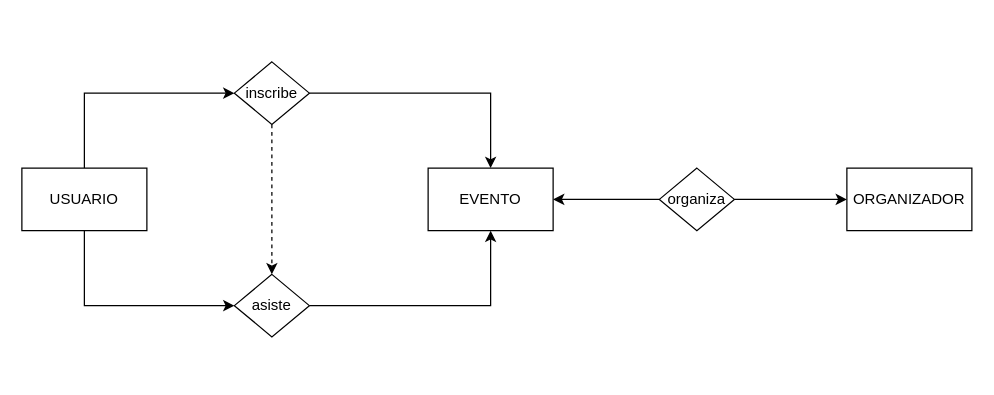
Above: BDD/E-R.drawio in AlvaroDaw2024/ProyectoPracticaDaW (draw.io), before the change. Source tidied: cells renumbered, new cells numbered last; positions are measured from the earlier drawing's top-left corner, leaving out a move shared by most shapes. Both pictures are drawn from the tidied source at 125%, with x=0, y=0 at pixel (21, 61).
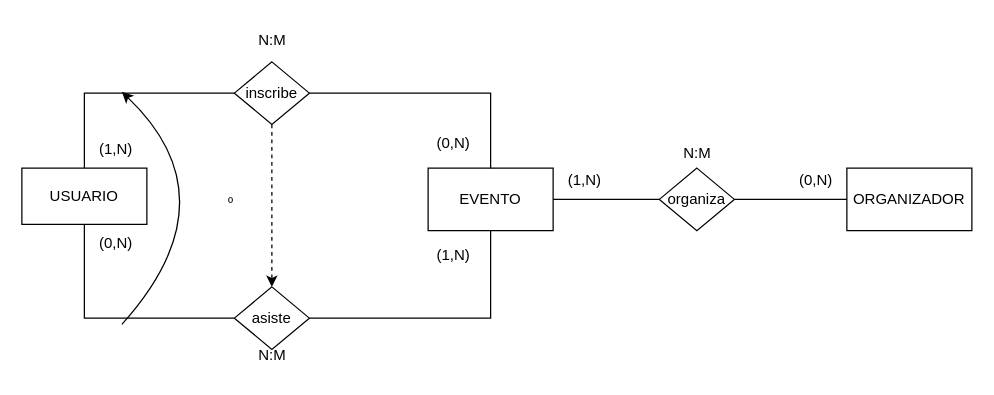
The same diagram, later.

The change refers to these unchanged cells:
```xml
<mxCell id="5" value="EVENTO" style="html=1;dashed=0;whiteSpace=wrap;" parent="1" vertex="1">
  <mxGeometry x="325" y="85" width="100" height="50" as="geometry" />
</mxCell>
<mxCell id="6" value="ORGANIZADOR" style="html=1;dashed=0;whiteSpace=wrap;" parent="1" vertex="1">
  <mxGeometry x="660" y="85" width="100" height="50" as="geometry" />
</mxCell>
<mxCell id="9" value="inscribe" style="shape=rhombus;html=1;dashed=0;whiteSpace=wrap;perimeter=rhombusPerimeter;" parent="1" vertex="1">
  <mxGeometry x="170" width="60" height="50" as="geometry" />
</mxCell>
<mxCell id="12" value="organiza" style="shape=rhombus;html=1;dashed=0;whiteSpace=wrap;perimeter=rhombusPerimeter;" parent="1" vertex="1">
  <mxGeometry x="510" y="85" width="60" height="50" as="geometry" />
</mxCell>
```

Change to the diagram source:
```diff
@@
-    <mxCell id="2" style="edgeStyle=orthogonalEdgeStyle;rounded=0;jettySize=auto;html=1;entryX=0;entryY=0.5;entryDx=0;entryDy=0;" parent="1" edge="1" source="4" target="14">
-      <mxGeometry relative="1" as="geometry">
-        <Array as="points">
-          <mxPoint x="50" y="195" />
-        </Array>
-      </mxGeometry>
-    </mxCell>
-    <mxCell id="3" style="edgeStyle=orthogonalEdgeStyle;rounded=0;jettySize=auto;html=1;entryX=0;entryY=0.5;entryDx=0;entryDy=0;" parent="1" edge="1" source="4" target="9">
+    <mxCell id="3" style="edgeStyle=orthogonalEdgeStyle;rounded=0;jettySize=auto;html=1;entryX=0;entryY=0.5;entryDx=0;entryDy=0;endArrow=none;startFill=0;" parent="1" edge="1" source="4" target="9">
       <mxGeometry relative="1" as="geometry">
         <Array as="points">
           <mxPoint x="50" y="25" />
         </Array>
       </mxGeometry>
     </mxCell>
     <mxCell id="4" value="USUARIO" style="html=1;dashed=0;whiteSpace=wrap;" parent="1" vertex="1">
-      <mxGeometry y="85" width="100" height="50" as="geometry" />
+      <mxGeometry y="85" width="100" height="45" as="geometry" />
     </mxCell>
@@
-    <mxCell id="7" style="edgeStyle=orthogonalEdgeStyle;rounded=0;jettySize=auto;html=1;entryX=0.5;entryY=0;entryDx=0;entryDy=0;" parent="1" edge="1" source="9" target="5">
+    <mxCell id="7" style="edgeStyle=orthogonalEdgeStyle;rounded=0;jettySize=auto;html=1;entryX=0.5;entryY=0;entryDx=0;entryDy=0;endArrow=none;startFill=0;" parent="1" edge="1" source="9" target="5">
       <mxGeometry relative="1" as="geometry" />
     </mxCell>
@@
-    <mxCell id="10" style="edgeStyle=orthogonalEdgeStyle;rounded=0;jettySize=auto;html=1;entryX=1;entryY=0.5;entryDx=0;entryDy=0;" parent="1" edge="1" source="12" target="5">
+    <mxCell id="10" style="edgeStyle=orthogonalEdgeStyle;rounded=0;jettySize=auto;html=1;entryX=1;entryY=0.5;entryDx=0;entryDy=0;endArrow=none;startFill=0;" parent="1" edge="1" source="12" target="5">
       <mxGeometry relative="1" as="geometry" />
     </mxCell>
-    <mxCell id="11" style="edgeStyle=orthogonalEdgeStyle;rounded=0;jettySize=auto;html=1;entryX=0;entryY=0.5;entryDx=0;entryDy=0;" parent="1" edge="1" source="12" target="6">
+    <mxCell id="11" style="edgeStyle=orthogonalEdgeStyle;rounded=0;jettySize=auto;html=1;entryX=0;entryY=0.5;entryDx=0;entryDy=0;endArrow=none;startFill=0;" parent="1" edge="1" source="12" target="6">
       <mxGeometry relative="1" as="geometry" />
     </mxCell>
@@
-    <mxCell id="13" style="edgeStyle=orthogonalEdgeStyle;rounded=0;jettySize=auto;html=1;entryX=0.5;entryY=1;entryDx=0;entryDy=0;" parent="1" edge="1" source="14" target="5">
+    <mxCell id="13" style="edgeStyle=orthogonalEdgeStyle;rounded=0;jettySize=auto;html=1;entryX=0.5;entryY=1;entryDx=0;entryDy=0;endArrow=none;startFill=0;" parent="1" edge="1" source="14" target="5">
       <mxGeometry relative="1" as="geometry" />
     </mxCell>
+    <mxCell id="15" style="edgeStyle=orthogonalEdgeStyle;rounded=0;jettySize=auto;html=1;entryX=0.5;entryY=1;entryDx=0;entryDy=0;endArrow=none;startFill=0;" parent="1" edge="1" source="14" target="4">
+      <mxGeometry relative="1" as="geometry" />
+    </mxCell>
     <mxCell id="14" value="asiste" style="shape=rhombus;html=1;dashed=0;whiteSpace=wrap;perimeter=rhombusPerimeter;" parent="1" vertex="1">
-      <mxGeometry x="170" y="170" width="60" height="50" as="geometry" />
+      <mxGeometry x="170" y="180" width="60" height="50" as="geometry" />
     </mxCell>
+    <mxCell id="16" value="(0,N)" style="text;html=1;align=center;verticalAlign=middle;strokeColor=none;fillColor=none;" parent="1" vertex="1">
+      <mxGeometry x="320" y="50" width="50" height="30" as="geometry" />
+    </mxCell>
+    <mxCell id="17" value="(1,N)" style="text;html=1;align=center;verticalAlign=middle;strokeColor=none;fillColor=none;" parent="1" vertex="1">
+      <mxGeometry x="320" y="140" width="50" height="30" as="geometry" />
+    </mxCell>
+    <mxCell id="18" value="N:M" style="text;html=1;align=center;verticalAlign=middle;strokeColor=none;fillColor=none;" parent="1" vertex="1">
+      <mxGeometry x="175" y="-32" width="50" height="30" as="geometry" />
+    </mxCell>
+    <mxCell id="19" value="N:M" style="text;html=1;align=center;verticalAlign=middle;strokeColor=none;fillColor=none;" parent="1" vertex="1">
+      <mxGeometry x="175" y="220" width="50" height="30" as="geometry" />
+    </mxCell>
+    <mxCell id="20" value="(1,N)" style="text;html=1;align=center;verticalAlign=middle;strokeColor=none;fillColor=none;" parent="1" vertex="1">
+      <mxGeometry x="50" y="55" width="50" height="30" as="geometry" />
+    </mxCell>
+    <mxCell id="21" value="(0,N)" style="text;html=1;align=center;verticalAlign=middle;strokeColor=none;fillColor=none;" parent="1" vertex="1">
+      <mxGeometry x="50" y="130" width="50" height="30" as="geometry" />
+    </mxCell>
+    <mxCell id="22" value="(1,N)" style="text;html=1;align=center;verticalAlign=middle;strokeColor=none;fillColor=none;" parent="1" vertex="1">
+      <mxGeometry x="425" y="80" width="50" height="30" as="geometry" />
+    </mxCell>
+    <mxCell id="23" value="(0,N)" style="text;html=1;align=center;verticalAlign=middle;strokeColor=none;fillColor=none;" parent="1" vertex="1">
+      <mxGeometry x="610" y="80" width="50" height="30" as="geometry" />
+    </mxCell>
+    <mxCell id="24" value="N:M" style="text;html=1;align=center;verticalAlign=middle;strokeColor=none;fillColor=none;" parent="1" vertex="1">
+      <mxGeometry x="515" y="58" width="50" height="30" as="geometry" />
+    </mxCell>
+    <mxCell id="25" value="º" style="endArrow=classic;html=1;rounded=0;curved=1;" parent="1" edge="1">
+      <mxGeometry relative="1" as="geometry">
+        <mxPoint x="80" y="210" as="sourcePoint" />
+        <mxPoint x="80" y="24" as="targetPoint" />
+        <Array as="points">
+          <mxPoint x="170" y="110" />
+        </Array>
+      </mxGeometry>
+    </mxCell>
```
